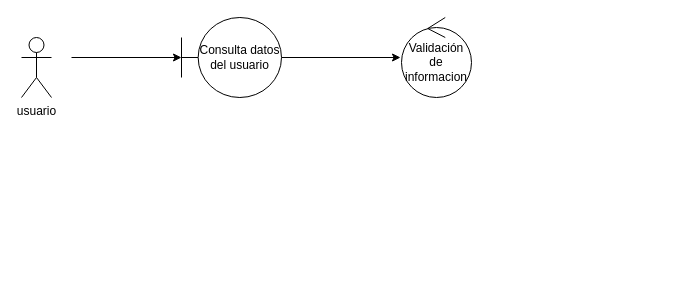
Juan-caeres/Agrometeorologia keeps this draw.io diagram as DR Consultar usuario.drawio. Above is the earlier version. Source tidied: cells renumbered, new cells numbered last; positions are measured from the earlier drawing's top-left corner, leaving out a move shared by most shapes. Both pictures are drawn from the tidied source at 100%, with x=0, y=0 at pixel (21, 17).
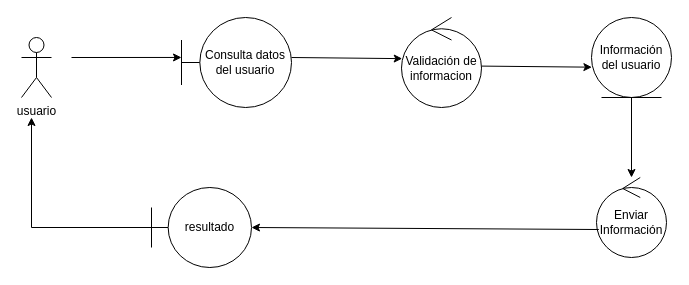
The same diagram, later.

The edit, as a diff of the source:
```diff
@@
 <mxGraphModel>
   <root>
     <mxCell id="0" />
     <mxCell id="1" parent="0" />
     <mxCell id="2" value="usuario" style="shape=umlActor;verticalLabelPosition=bottom;verticalAlign=top;html=1;" parent="1" vertex="1">
       <mxGeometry y="20" width="30" height="60" as="geometry" />
     </mxCell>
-    <mxCell id="3" style="endArrow=classic;html=1;rounded=0;" parent="1" edge="1" target="4">
+    <mxCell id="3" style="endArrow=classic;html=1;rounded=0;entryX=0;entryY=0.444;entryDx=0;entryDy=0;entryPerimeter=0;" parent="1" edge="1" target="4">
       <mxGeometry relative="1" as="geometry">
         <mxPoint x="50" y="40" as="sourcePoint" />
       </mxGeometry>
     </mxCell>
     <mxCell id="4" value="Consulta datos del usuario" style="shape=umlBoundary;whiteSpace=wrap;html=1;" parent="1" vertex="1">
-      <mxGeometry x="160" width="100" height="80" as="geometry" />
+      <mxGeometry x="160" width="110" height="90" as="geometry" />
     </mxCell>
     <mxCell id="5" value="Validación de informacion" style="ellipse;shape=umlControl;whiteSpace=wrap;html=1;" parent="1" vertex="1">
-      <mxGeometry x="380" width="70" height="80" as="geometry" />
+      <mxGeometry x="380" width="80" height="90" as="geometry" />
     </mxCell>
-    <mxCell id="6" style="endArrow=classic;html=1;rounded=0;exitX=1.001;exitY=0.5;exitDx=0;exitDy=0;exitPerimeter=0;entryX=-0.014;entryY=0.5;entryDx=0;entryDy=0;entryPerimeter=0;" parent="1" edge="1" source="4" target="5">
-      <mxGeometry relative="1" as="geometry" />
+    <mxCell id="6" style="endArrow=classic;html=1;rounded=0;entryX=0.009;entryY=0.457;entryDx=0;entryDy=0;entryPerimeter=0;" parent="1" edge="1" target="5">
+      <mxGeometry relative="1" as="geometry">
+        <mxPoint x="270" y="40" as="sourcePoint" />
+      </mxGeometry>
     </mxCell>
+    <mxCell id="7" value="Información del usuario" style="ellipse;shape=umlEntity;whiteSpace=wrap;html=1;" parent="1" vertex="1">
+      <mxGeometry x="570" width="80" height="80" as="geometry" />
+    </mxCell>
+    <mxCell id="8" style="endArrow=classic;html=1;rounded=0;exitX=1.002;exitY=0.54;exitDx=0;exitDy=0;exitPerimeter=0;entryX=0.005;entryY=0.621;entryDx=0;entryDy=0;entryPerimeter=0;" parent="1" edge="1" source="5" target="7">
+      <mxGeometry relative="1" as="geometry" />
+    </mxCell>
+    <mxCell id="9" style="endArrow=classic;html=1;rounded=0;exitX=0.5;exitY=1;exitDx=0;exitDy=0;" parent="1" edge="1" source="7" target="10">
+      <mxGeometry relative="1" as="geometry" />
+    </mxCell>
+    <mxCell id="10" value="Enviar Información" style="ellipse;shape=umlControl;whiteSpace=wrap;html=1;" parent="1" vertex="1">
+      <mxGeometry x="575" y="160" width="70" height="80" as="geometry" />
+    </mxCell>
+    <mxCell id="11" style="endArrow=classic;html=1;rounded=0;exitX=0.033;exitY=0.65;exitDx=0;exitDy=0;exitPerimeter=0;" parent="1" edge="1" source="10">
+      <mxGeometry relative="1" as="geometry">
+        <mxPoint x="230" y="210" as="targetPoint" />
+      </mxGeometry>
+    </mxCell>
+    <mxCell id="12" value="resultado" style="shape=umlBoundary;whiteSpace=wrap;html=1;" parent="1" vertex="1">
+      <mxGeometry x="130" y="170" width="100" height="80" as="geometry" />
+    </mxCell>
+    <mxCell id="13" style="endArrow=classic;html=1;rounded=0;exitX=0;exitY=0.5;exitDx=0;exitDy=0;exitPerimeter=0;" parent="1" edge="1" source="12">
+      <mxGeometry relative="1" as="geometry">
+        <mxPoint x="10" y="100" as="targetPoint" />
+        <Array as="points">
+          <mxPoint x="10" y="210" />
+        </Array>
+      </mxGeometry>
+    </mxCell>
   </root>
 </mxGraphModel>
```
